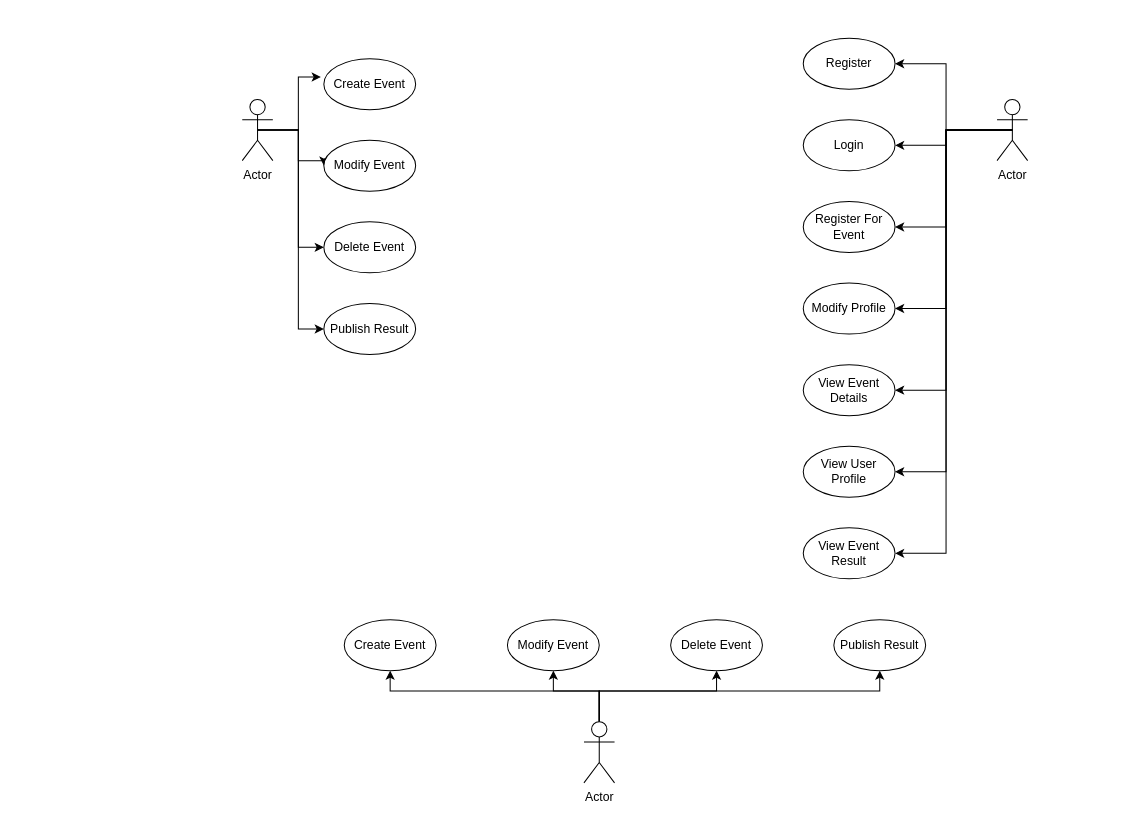
The draw.io diagram Do An/Báo cáo giữa kì/Untitled Diagram.drawio in LapTrinhMangProject/NT106.N22.Group10, before the edit. Source tidied: cells renumbered, new cells numbered last; positions are measured from the earlier drawing's top-left corner, leaving out a move shared by most shapes. Both pictures are drawn from the tidied source at 102%, with x=0, y=0 at pixel (242, 38).
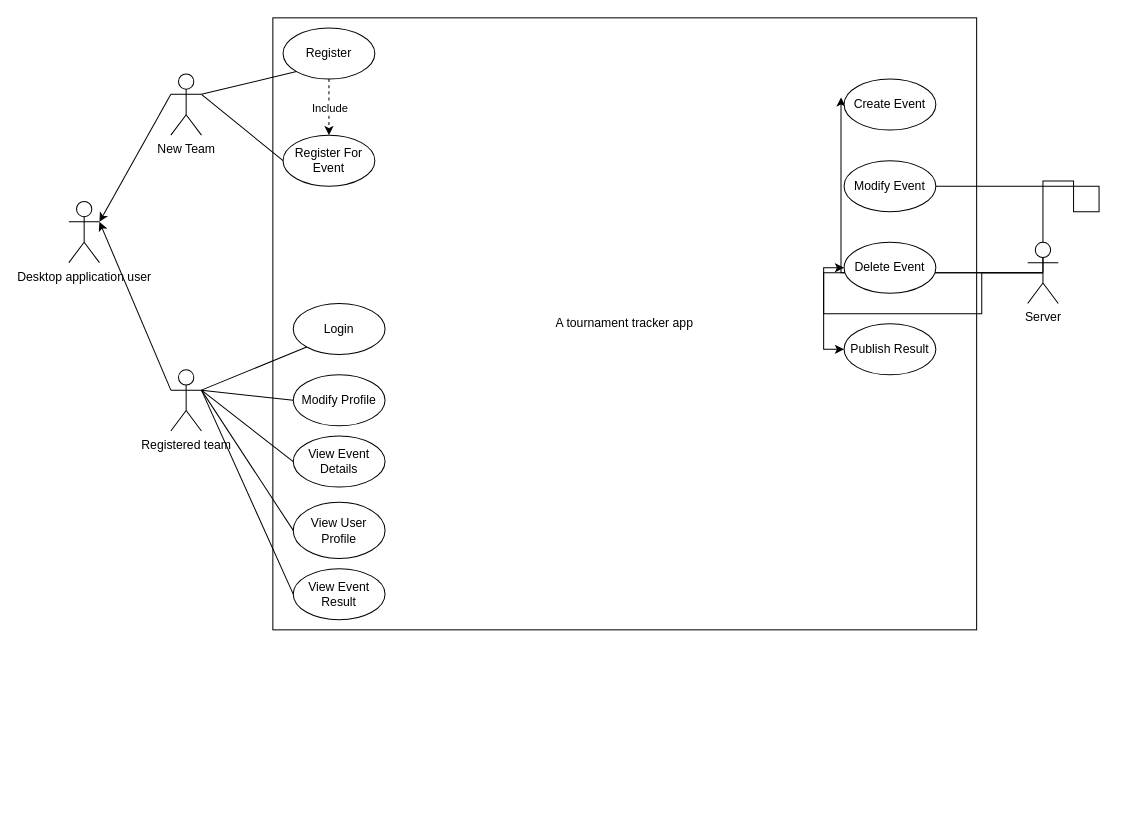
After the change.

Commit message:
cập nhật lại bên phía client

The edit, as a diff of the source:
```diff
@@
+    <mxCell id="35" value="A tournament tracker app" style="rounded=0;whiteSpace=wrap;html=1;" parent="1" vertex="1">
+      <mxGeometry x="30" y="-20" width="690" height="600" as="geometry" />
+    </mxCell>
@@
     <mxCell id="3" style="edgeStyle=orthogonalEdgeStyle;rounded=0;jettySize=auto;html=1;exitX=0.5;exitY=0.5;exitDx=0;exitDy=0;exitPerimeter=0;entryX=0;entryY=0.5;entryDx=0;entryDy=0;" parent="1" edge="1" source="6" target="21">
       <mxGeometry relative="1" as="geometry">
         <Array as="points">
-          <mxPoint x="55" y="90" />
-          <mxPoint x="55" y="120" />
-          <mxPoint x="80" y="120" />
+          <mxPoint x="815" y="140" />
+          <mxPoint x="815" y="170" />
+          <mxPoint x="840" y="170" />
         </Array>
       </mxGeometry>
     </mxCell>
@@
-    <mxCell id="6" value="Actor" style="shape=umlActor;verticalLabelPosition=bottom;verticalAlign=top;html=1;" parent="1" vertex="1">
-      <mxGeometry y="60" width="30" height="60" as="geometry" />
+    <mxCell id="6" value="Server&lt;br&gt;" style="shape=umlActor;verticalLabelPosition=bottom;verticalAlign=top;html=1;" parent="1" vertex="1">
+      <mxGeometry x="770" y="200" width="30" height="60" as="geometry" />
     </mxCell>
-    <mxCell id="7" style="edgeStyle=orthogonalEdgeStyle;rounded=0;jettySize=auto;html=1;exitX=0.5;exitY=0;exitDx=0;exitDy=0;exitPerimeter=0;entryX=0.5;entryY=1;entryDx=0;entryDy=0;" parent="1" edge="1" source="11" target="24">
-      <mxGeometry relative="1" as="geometry">
-        <Array as="points">
-          <mxPoint x="350" y="640" />
-          <mxPoint x="145" y="640" />
-        </Array>
-      </mxGeometry>
-    </mxCell>
-    <mxCell id="8" style="edgeStyle=orthogonalEdgeStyle;rounded=0;jettySize=auto;html=1;exitX=0.5;exitY=0;exitDx=0;exitDy=0;exitPerimeter=0;entryX=0.5;entryY=1;entryDx=0;entryDy=0;" parent="1" edge="1" source="11" target="25">
-      <mxGeometry relative="1" as="geometry">
-        <Array as="points">
-          <mxPoint x="350" y="640" />
-          <mxPoint x="305" y="640" />
-        </Array>
-      </mxGeometry>
-    </mxCell>
-    <mxCell id="9" style="edgeStyle=orthogonalEdgeStyle;rounded=0;jettySize=auto;html=1;exitX=0.5;exitY=0;exitDx=0;exitDy=0;exitPerimeter=0;" parent="1" edge="1" source="11" target="26">
-      <mxGeometry relative="1" as="geometry">
-        <Array as="points">
-          <mxPoint x="350" y="640" />
-          <mxPoint x="465" y="640" />
-        </Array>
-      </mxGeometry>
-    </mxCell>
-    <mxCell id="10" style="edgeStyle=orthogonalEdgeStyle;rounded=0;jettySize=auto;html=1;exitX=0.5;exitY=0;exitDx=0;exitDy=0;exitPerimeter=0;entryX=0.5;entryY=1;entryDx=0;entryDy=0;" parent="1" edge="1" source="11" target="27">
-      <mxGeometry relative="1" as="geometry">
-        <Array as="points">
-          <mxPoint x="350" y="640" />
-          <mxPoint x="625" y="640" />
-        </Array>
-      </mxGeometry>
-    </mxCell>
-    <mxCell id="11" value="Actor" style="shape=umlActor;verticalLabelPosition=bottom;verticalAlign=top;html=1;" parent="1" vertex="1">
-      <mxGeometry x="335" y="670" width="30" height="60" as="geometry" />
-    </mxCell>
-    <mxCell id="12" style="edgeStyle=orthogonalEdgeStyle;rounded=0;jettySize=auto;html=1;exitX=0.5;exitY=0.5;exitDx=0;exitDy=0;exitPerimeter=0;entryX=1;entryY=0.5;entryDx=0;entryDy=0;" parent="1" edge="1" source="19" target="28">
-      <mxGeometry relative="1" as="geometry" />
-    </mxCell>
-    <mxCell id="13" style="edgeStyle=orthogonalEdgeStyle;rounded=0;jettySize=auto;html=1;exitX=0.5;exitY=0.5;exitDx=0;exitDy=0;exitPerimeter=0;" parent="1" edge="1" source="19" target="29">
-      <mxGeometry relative="1" as="geometry" />
-    </mxCell>
-    <mxCell id="14" style="edgeStyle=orthogonalEdgeStyle;rounded=0;jettySize=auto;html=1;exitX=0.5;exitY=0.5;exitDx=0;exitDy=0;exitPerimeter=0;entryX=1;entryY=0.5;entryDx=0;entryDy=0;" parent="1" edge="1" source="19" target="30">
-      <mxGeometry relative="1" as="geometry" />
-    </mxCell>
-    <mxCell id="15" style="edgeStyle=orthogonalEdgeStyle;rounded=0;jettySize=auto;html=1;exitX=0.5;exitY=0.5;exitDx=0;exitDy=0;exitPerimeter=0;entryX=1;entryY=0.5;entryDx=0;entryDy=0;" parent="1" edge="1" source="19" target="31">
-      <mxGeometry relative="1" as="geometry" />
-    </mxCell>
-    <mxCell id="16" style="edgeStyle=orthogonalEdgeStyle;rounded=0;jettySize=auto;html=1;exitX=0.5;exitY=0.5;exitDx=0;exitDy=0;exitPerimeter=0;entryX=1;entryY=0.5;entryDx=0;entryDy=0;" parent="1" edge="1" source="19" target="32">
-      <mxGeometry relative="1" as="geometry" />
-    </mxCell>
-    <mxCell id="17" style="edgeStyle=orthogonalEdgeStyle;rounded=0;jettySize=auto;html=1;exitX=0.5;exitY=0.5;exitDx=0;exitDy=0;exitPerimeter=0;entryX=1;entryY=0.5;entryDx=0;entryDy=0;" parent="1" edge="1" source="19" target="33">
-      <mxGeometry relative="1" as="geometry" />
-    </mxCell>
-    <mxCell id="18" style="edgeStyle=orthogonalEdgeStyle;rounded=0;jettySize=auto;html=1;exitX=0.5;exitY=0.5;exitDx=0;exitDy=0;exitPerimeter=0;entryX=1;entryY=0.5;entryDx=0;entryDy=0;" parent="1" edge="1" source="19" target="34">
-      <mxGeometry relative="1" as="geometry" />
-    </mxCell>
-    <mxCell id="19" value="Actor" style="shape=umlActor;verticalLabelPosition=bottom;verticalAlign=top;html=1;" parent="1" vertex="1">
-      <mxGeometry x="740" y="60" width="30" height="60" as="geometry" />
+    <mxCell id="19" value="New Team" style="shape=umlActor;verticalLabelPosition=bottom;verticalAlign=top;html=1;" parent="1" vertex="1">
+      <mxGeometry x="-70" y="35" width="30" height="60" as="geometry" />
     </mxCell>
     <mxCell id="20" value="Create Event" style="ellipse;whiteSpace=wrap;html=1;" parent="1" vertex="1">
-      <mxGeometry x="80" y="20" width="90" height="50" as="geometry" />
+      <mxGeometry x="590" y="40" width="90" height="50" as="geometry" />
     </mxCell>
     <mxCell id="21" value="Modify Event" style="ellipse;whiteSpace=wrap;html=1;" parent="1" vertex="1">
-      <mxGeometry x="80" y="100" width="90" height="50" as="geometry" />
+      <mxGeometry x="590" y="120" width="90" height="50" as="geometry" />
     </mxCell>
     <mxCell id="22" value="Delete Event" style="ellipse;whiteSpace=wrap;html=1;" parent="1" vertex="1">
-      <mxGeometry x="80" y="180" width="90" height="50" as="geometry" />
+      <mxGeometry x="590" y="200" width="90" height="50" as="geometry" />
     </mxCell>
     <mxCell id="23" value="Publish Result" style="ellipse;whiteSpace=wrap;html=1;" parent="1" vertex="1">
-      <mxGeometry x="80" y="260" width="90" height="50" as="geometry" />
+      <mxGeometry x="590" y="280" width="90" height="50" as="geometry" />
     </mxCell>
-    <mxCell id="24" value="Create Event" style="ellipse;whiteSpace=wrap;html=1;" parent="1" vertex="1">
-      <mxGeometry x="100" y="570" width="90" height="50" as="geometry" />
-    </mxCell>
-    <mxCell id="25" value="Modify Event" style="ellipse;whiteSpace=wrap;html=1;" parent="1" vertex="1">
-      <mxGeometry x="260" y="570" width="90" height="50" as="geometry" />
-    </mxCell>
-    <mxCell id="26" value="Delete Event" style="ellipse;whiteSpace=wrap;html=1;" parent="1" vertex="1">
-      <mxGeometry x="420" y="570" width="90" height="50" as="geometry" />
-    </mxCell>
-    <mxCell id="27" value="Publish Result" style="ellipse;whiteSpace=wrap;html=1;" parent="1" vertex="1">
-      <mxGeometry x="580" y="570" width="90" height="50" as="geometry" />
-    </mxCell>
     <mxCell id="28" value="Register" style="ellipse;whiteSpace=wrap;html=1;" parent="1" vertex="1">
-      <mxGeometry x="550" width="90" height="50" as="geometry" />
+      <mxGeometry x="40" y="-10" width="90" height="50" as="geometry" />
     </mxCell>
-    <mxCell id="29" value="Login" style="ellipse;whiteSpace=wrap;html=1;" parent="1" vertex="1">
-      <mxGeometry x="550" y="80" width="90" height="50" as="geometry" />
-    </mxCell>
     <mxCell id="30" value="Register For Event" style="ellipse;whiteSpace=wrap;html=1;" parent="1" vertex="1">
-      <mxGeometry x="550" y="160" width="90" height="50" as="geometry" />
+      <mxGeometry x="40" y="95" width="90" height="50" as="geometry" />
     </mxCell>
     <mxCell id="31" value="Modify Profile" style="ellipse;whiteSpace=wrap;html=1;" parent="1" vertex="1">
-      <mxGeometry x="550" y="240" width="90" height="50" as="geometry" />
+      <mxGeometry x="50" y="330" width="90" height="50" as="geometry" />
     </mxCell>
     <mxCell id="32" value="View Event Details" style="ellipse;whiteSpace=wrap;html=1;" parent="1" vertex="1">
-      <mxGeometry x="550" y="320" width="90" height="50" as="geometry" />
+      <mxGeometry x="50" y="390" width="90" height="50" as="geometry" />
     </mxCell>
     <mxCell id="33" value="View User Profile" style="ellipse;whiteSpace=wrap;html=1;" parent="1" vertex="1">
-      <mxGeometry x="550" y="400" width="90" height="50" as="geometry" />
+      <mxGeometry x="50" y="455" width="90" height="55" as="geometry" />
     </mxCell>
     <mxCell id="34" value="View Event Result" style="ellipse;whiteSpace=wrap;html=1;" parent="1" vertex="1">
-      <mxGeometry x="550" y="480" width="90" height="50" as="geometry" />
+      <mxGeometry x="50" y="520" width="90" height="50" as="geometry" />
     </mxCell>
+    <mxCell id="36" style="endArrow=classic;html=1;rounded=0;dashed=1;entryX=0.5;entryY=0;entryDx=0;entryDy=0;" parent="1" edge="1" source="28" target="30">
+      <mxGeometry relative="1" as="geometry" />
+    </mxCell>
+    <mxCell id="37" value="Include&lt;br&gt;" style="edgeLabel;html=1;align=center;verticalAlign=middle;" parent="36" vertex="1">
+      <mxGeometry relative="1" as="geometry" />
+    </mxCell>
+    <mxCell id="29" value="Login" style="ellipse;whiteSpace=wrap;html=1;" parent="1" vertex="1">
+      <mxGeometry x="50" y="260" width="90" height="50" as="geometry" />
+    </mxCell>
+    <mxCell id="38" value="Registered team" style="shape=umlActor;verticalLabelPosition=bottom;verticalAlign=top;html=1;outlineConnect=0;" parent="1" vertex="1">
+      <mxGeometry x="-70" y="325" width="30" height="60" as="geometry" />
+    </mxCell>
+    <mxCell id="39" value="Desktop application user&lt;br&gt;" style="shape=umlActor;verticalLabelPosition=bottom;verticalAlign=top;html=1;outlineConnect=0;" parent="1" vertex="1">
+      <mxGeometry x="-170" y="160" width="30" height="60" as="geometry" />
+    </mxCell>
+    <mxCell id="40" style="endArrow=none;html=1;rounded=0;exitX=1;exitY=0.3333333333333333;exitDx=0;exitDy=0;exitPerimeter=0;entryX=0;entryY=1;entryDx=0;entryDy=0;" parent="1" edge="1" source="38" target="29">
+      <mxGeometry relative="1" as="geometry" />
+    </mxCell>
+    <mxCell id="41" style="endArrow=none;html=1;rounded=0;exitX=1;exitY=0.3333333333333333;exitDx=0;exitDy=0;exitPerimeter=0;entryX=0;entryY=0.5;entryDx=0;entryDy=0;" parent="1" edge="1" source="38" target="31">
+      <mxGeometry relative="1" as="geometry" />
+    </mxCell>
+    <mxCell id="42" style="endArrow=none;html=1;rounded=0;entryX=0;entryY=0.5;entryDx=0;entryDy=0;exitX=1;exitY=0.3333333333333333;exitDx=0;exitDy=0;exitPerimeter=0;" parent="1" edge="1" source="38" target="32">
+      <mxGeometry relative="1" as="geometry" />
+    </mxCell>
+    <mxCell id="43" style="endArrow=none;html=1;rounded=0;exitX=1;exitY=0.3333333333333333;exitDx=0;exitDy=0;exitPerimeter=0;entryX=0;entryY=0.5;entryDx=0;entryDy=0;" parent="1" edge="1" source="38" target="33">
+      <mxGeometry relative="1" as="geometry" />
+    </mxCell>
+    <mxCell id="44" style="endArrow=none;html=1;rounded=0;exitX=1;exitY=0.3333333333333333;exitDx=0;exitDy=0;exitPerimeter=0;entryX=0;entryY=0.5;entryDx=0;entryDy=0;" parent="1" edge="1" source="38" target="34">
+      <mxGeometry relative="1" as="geometry" />
+    </mxCell>
+    <mxCell id="12" style="endArrow=none;html=1;rounded=0;exitX=1;exitY=0.3333333333333333;exitDx=0;exitDy=0;exitPerimeter=0;entryX=0;entryY=1;entryDx=0;entryDy=0;" parent="1" edge="1" source="19" target="28">
+      <mxGeometry relative="1" as="geometry" />
+    </mxCell>
+    <mxCell id="14" style="endArrow=none;html=1;rounded=0;exitX=1;exitY=0.3333333333333333;exitDx=0;exitDy=0;exitPerimeter=0;entryX=0;entryY=0.5;entryDx=0;entryDy=0;" parent="1" edge="1" source="19" target="30">
+      <mxGeometry relative="1" as="geometry" />
+    </mxCell>
+    <mxCell id="45" style="endArrow=classic;html=1;rounded=0;entryX=1;entryY=0.3333333333333333;entryDx=0;entryDy=0;entryPerimeter=0;exitX=0;exitY=0.3333333333333333;exitDx=0;exitDy=0;exitPerimeter=0;" parent="1" edge="1" source="38" target="39">
+      <mxGeometry relative="1" as="geometry" />
+    </mxCell>
+    <mxCell id="46" style="endArrow=classic;html=1;rounded=0;entryX=1;entryY=0.3333333333333333;entryDx=0;entryDy=0;entryPerimeter=0;exitX=0;exitY=0.3333333333333333;exitDx=0;exitDy=0;exitPerimeter=0;" parent="1" edge="1" source="19" target="39">
+      <mxGeometry relative="1" as="geometry" />
+    </mxCell>
```
